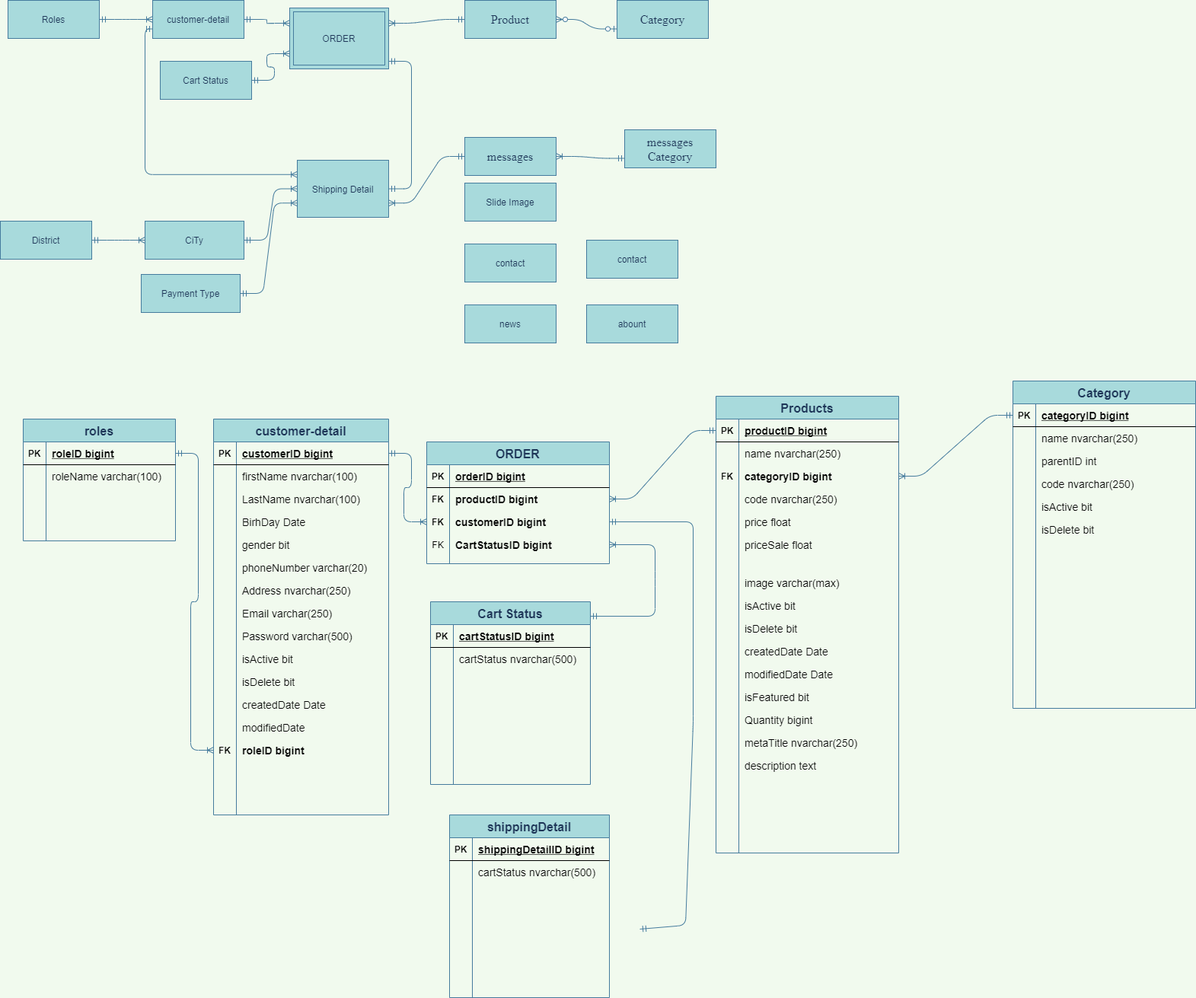
Before: Untitled Diagram.png, a diagram exported from draw.io (maialino123/Eproject-SEM3). Source tidied: cells renumbered, new cells last; positions are measured from the earlier drawing's top-left corner, leaving out a move shared by most shapes.
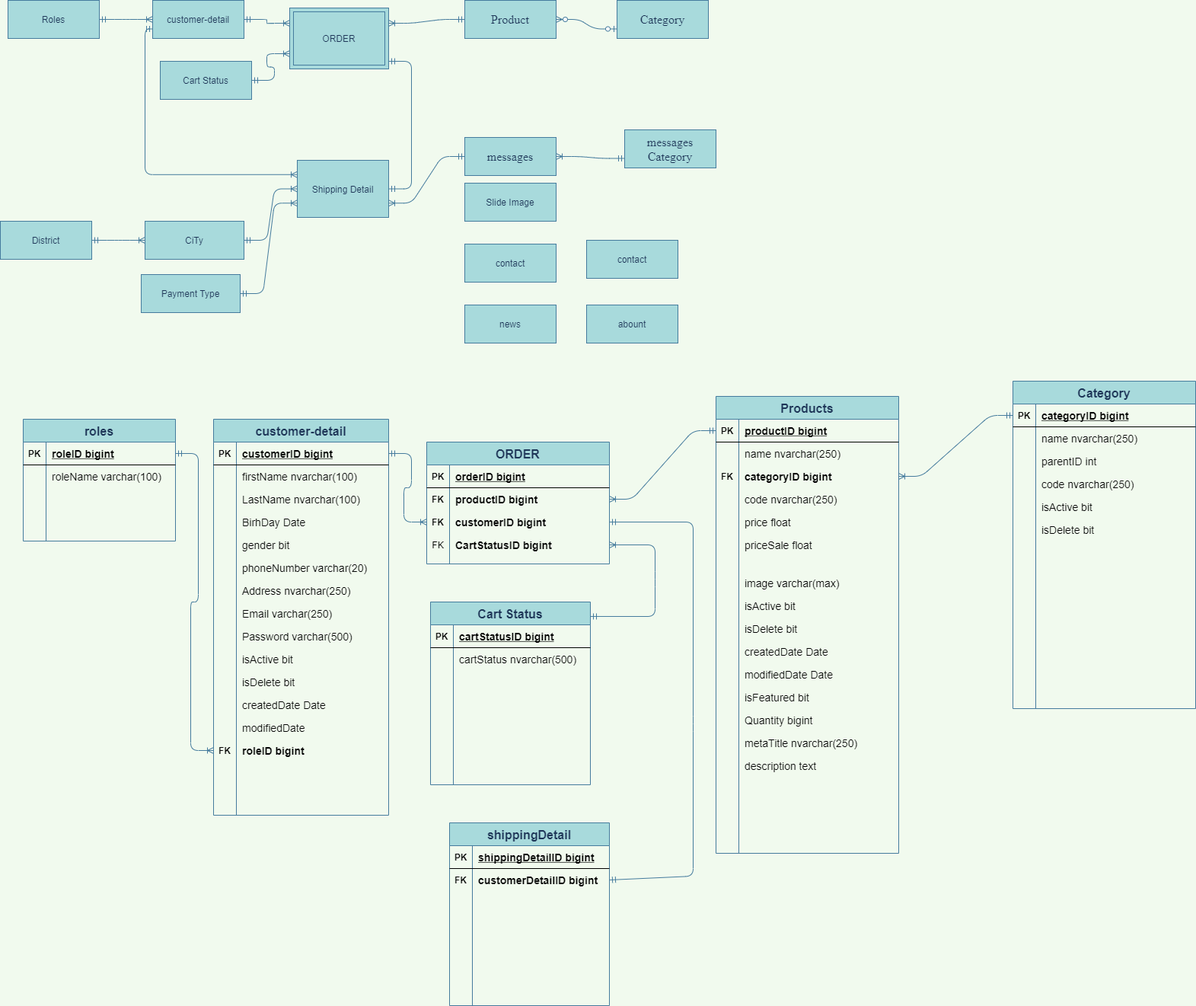
After the commit.

Diff of the diagram source:
```diff
@@ -596,7 +596,7 @@
       </mxGeometry>
     </mxCell>
     <mxCell id="197" value="shippingDetail" style="shape=table;startSize=30;rowLines=0;fontStyle=1;align=center;rounded=0;sketch=0;fontColor=#1D3557;strokeColor=#457B9D;fillColor=#A8DADC;fontSize=16;" parent="1" vertex="1">
-      <mxGeometry x="590" y="1070" width="210" height="240" as="geometry" />
+      <mxGeometry x="590" y="1080" width="210" height="240" as="geometry" />
     </mxCell>
     <mxCell id="198" style="shape=partialRectangle;fillColor=none;top=0;left=0;bottom=1;right=0;" parent="197" vertex="1">
       <mxGeometry y="30" width="210" height="30" as="geometry" />
@@ -610,10 +610,10 @@
     <mxCell id="201" style="shape=partialRectangle;fillColor=none;top=0;left=0;bottom=0;right=0;points=[[0,0.5],[1,0.5]];portConstraint=eastwest;" parent="197" vertex="1">
       <mxGeometry y="60" width="210" height="30" as="geometry" />
     </mxCell>
-    <mxCell id="202" style="shape=partialRectangle;fillColor=none;top=0;left=0;bottom=0;right=0;overflow=hidden;" parent="201" vertex="1">
+    <mxCell id="202" value="FK" style="shape=partialRectangle;fillColor=none;top=0;left=0;bottom=0;right=0;overflow=hidden;fontStyle=1;" parent="201" vertex="1">
       <mxGeometry width="30" height="30" as="geometry" />
     </mxCell>
-    <mxCell id="203" value="cartStatus nvarchar(500)" style="shape=partialRectangle;fillColor=none;top=0;left=0;bottom=0;right=0;align=left;spacingLeft=6;overflow=hidden;fontSize=14;" parent="201" vertex="1">
+    <mxCell id="203" value="customerDetailID bigint" style="shape=partialRectangle;fillColor=none;top=0;left=0;bottom=0;right=0;align=left;spacingLeft=6;overflow=hidden;fontSize=14;fontStyle=1;" parent="201" vertex="1">
       <mxGeometry x="30" width="180" height="30" as="geometry" />
     </mxCell>
     <mxCell id="204" style="shape=partialRectangle;fillColor=none;top=0;left=0;bottom=0;right=0;" parent="197" vertex="1">
@@ -661,11 +661,10 @@
     <mxCell id="218" style="shape=partialRectangle;fillColor=none;top=0;left=0;bottom=0;right=0;align=left;spacingLeft=6;overflow=hidden;" parent="216" vertex="1">
       <mxGeometry x="30" width="180" height="30" as="geometry" />
     </mxCell>
-    <mxCell id="219" style="fontSize=12;html=1;endArrow=ERmandOne;startArrow=ERmandOne;fontColor=#1D3557;strokeColor=#457B9D;fillColor=#A8DADC;entryX=1;entryY=0.5;entryDx=0;entryDy=0;" parent="1" edge="1" target="116">
+    <mxCell id="219" style="fontSize=12;html=1;endArrow=ERmandOne;startArrow=ERmandOne;fontColor=#1D3557;strokeColor=#457B9D;fillColor=#A8DADC;entryX=1;entryY=0.5;entryDx=0;entryDy=0;exitX=1;exitY=0.5;exitDx=0;exitDy=0;" parent="1" edge="1" source="201" target="116">
       <mxGeometry relative="1" as="geometry">
-        <mxPoint x="840" y="1220" as="sourcePoint" />
         <Array as="points">
-          <mxPoint x="900" y="1215" />
+          <mxPoint x="910" y="1150" />
           <mxPoint x="910" y="950" />
           <mxPoint x="910" y="685" />
         </Array>
```
